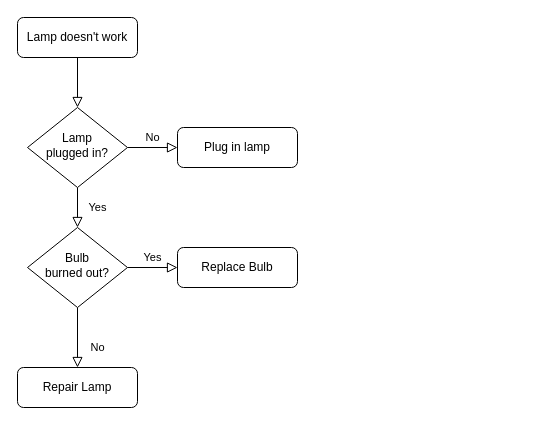
The draw.io diagram 未命名绘图.drawio in xuben9/BennetLearnJava, before the edit. Source tidied: cells renumbered, new cells numbered last; positions are measured from the earlier drawing's top-left corner, leaving out a move shared by most shapes. Both pictures are drawn from the tidied source at 100%, with x=0, y=0 at pixel (17, 17).
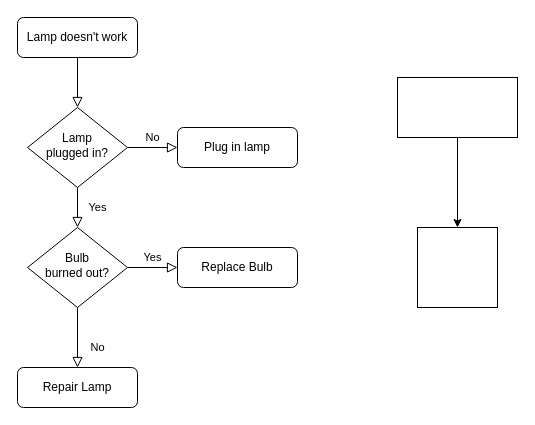
After the change.

Diff of the diagram source:
```diff
@@
 <mxGraphModel>
   <root>
     <mxCell id="0" />
     <mxCell id="1" parent="0" />
     <mxCell id="2" style="rounded=0;html=1;jettySize=auto;fontSize=11;endArrow=block;endFill=0;endSize=8;strokeWidth=1;shadow=0;labelBackgroundColor=none;edgeStyle=orthogonalEdgeStyle;" parent="1" edge="1" source="3" target="6">
       <mxGeometry relative="1" as="geometry" />
     </mxCell>
     <mxCell id="3" value="Lamp doesn't work" style="rounded=1;whiteSpace=wrap;html=1;fontSize=12;glass=0;strokeWidth=1;shadow=0;" parent="1" vertex="1">
       <mxGeometry width="120" height="40" as="geometry" />
     </mxCell>
     <mxCell id="4" value="Yes" style="rounded=0;html=1;jettySize=auto;fontSize=11;endArrow=block;endFill=0;endSize=8;strokeWidth=1;shadow=0;labelBackgroundColor=none;edgeStyle=orthogonalEdgeStyle;" parent="1" edge="1" source="6" target="10">
       <mxGeometry y="20" relative="1" as="geometry" />
     </mxCell>
     <mxCell id="5" value="No" style="edgeStyle=orthogonalEdgeStyle;rounded=0;html=1;jettySize=auto;fontSize=11;endArrow=block;endFill=0;endSize=8;strokeWidth=1;shadow=0;labelBackgroundColor=none;" parent="1" edge="1" source="6" target="7">
       <mxGeometry y="10" relative="1" as="geometry" />
     </mxCell>
     <mxCell id="6" value="Lamp&lt;br&gt;plugged in?" style="rhombus;whiteSpace=wrap;html=1;shadow=0;fontFamily=Helvetica;fontSize=12;align=center;strokeWidth=1;spacing=6;spacingTop=-4;" parent="1" vertex="1">
       <mxGeometry x="10" y="90" width="100" height="80" as="geometry" />
     </mxCell>
     <mxCell id="7" value="Plug in lamp" style="rounded=1;whiteSpace=wrap;html=1;fontSize=12;glass=0;strokeWidth=1;shadow=0;" parent="1" vertex="1">
       <mxGeometry x="160" y="110" width="120" height="40" as="geometry" />
     </mxCell>
     <mxCell id="8" value="No" style="rounded=0;html=1;jettySize=auto;fontSize=11;endArrow=block;endFill=0;endSize=8;strokeWidth=1;shadow=0;labelBackgroundColor=none;edgeStyle=orthogonalEdgeStyle;" parent="1" edge="1" source="10" target="11">
       <mxGeometry x="0.33" y="20" relative="1" as="geometry" />
     </mxCell>
     <mxCell id="9" value="Yes" style="edgeStyle=orthogonalEdgeStyle;rounded=0;html=1;jettySize=auto;fontSize=11;endArrow=block;endFill=0;endSize=8;strokeWidth=1;shadow=0;labelBackgroundColor=none;" parent="1" edge="1" source="10" target="12">
       <mxGeometry y="10" relative="1" as="geometry" />
     </mxCell>
     <mxCell id="10" value="Bulb&lt;br&gt;burned out?" style="rhombus;whiteSpace=wrap;html=1;shadow=0;fontFamily=Helvetica;fontSize=12;align=center;strokeWidth=1;spacing=6;spacingTop=-4;" parent="1" vertex="1">
       <mxGeometry x="10" y="210" width="100" height="80" as="geometry" />
     </mxCell>
     <mxCell id="11" value="Repair Lamp" style="rounded=1;whiteSpace=wrap;html=1;fontSize=12;glass=0;strokeWidth=1;shadow=0;" parent="1" vertex="1">
       <mxGeometry y="350" width="120" height="40" as="geometry" />
     </mxCell>
     <mxCell id="12" value="Replace Bulb" style="rounded=1;whiteSpace=wrap;html=1;fontSize=12;glass=0;strokeWidth=1;shadow=0;" parent="1" vertex="1">
       <mxGeometry x="160" y="230" width="120" height="40" as="geometry" />
     </mxCell>
+    <mxCell id="13" style="edgeStyle=orthogonalEdgeStyle;rounded=0;jettySize=auto;html=1;exitX=0.5;exitY=1;exitDx=0;exitDy=0;" parent="1" edge="1" source="14" target="15">
+      <mxGeometry relative="1" as="geometry" />
+    </mxCell>
+    <mxCell id="14" style="rounded=0;whiteSpace=wrap;html=1;" parent="1" vertex="1">
+      <mxGeometry x="380" y="60" width="120" height="60" as="geometry" />
+    </mxCell>
+    <mxCell id="15" style="whiteSpace=wrap;html=1;" parent="1" vertex="1">
+      <mxGeometry x="400" y="210" width="80" height="80" as="geometry" />
+    </mxCell>
   </root>
 </mxGraphModel>
```
